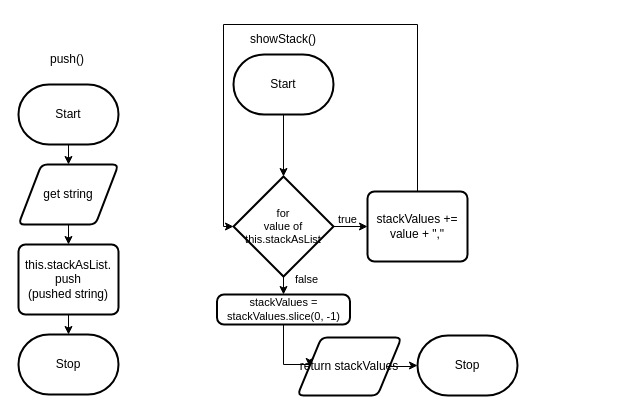
The draw.io diagram 2-1/design/flowchart.drawio in jakub-malhotra/ICS4U-Unit-2, before the edit. Source tidied: cells renumbered, new cells numbered last; positions are measured from the earlier drawing's top-left corner, leaving out a move shared by most shapes. Both pictures are drawn from the tidied source at 100%, with x=0, y=0 at pixel (18, 24).
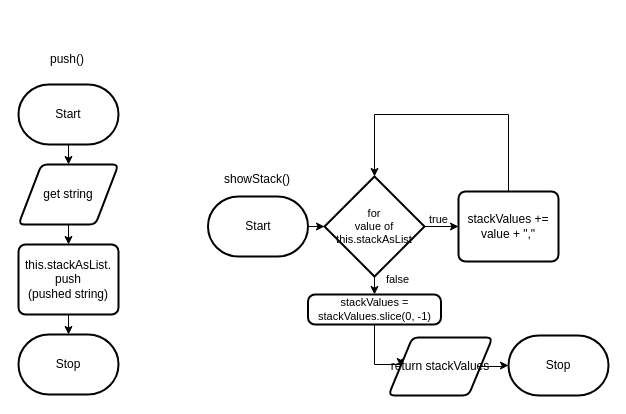
Above is the later version.

Change to the diagram source:
```diff
@@
     <mxCell id="10" value="showStack()" style="text;strokeColor=none;align=center;fillColor=none;html=1;verticalAlign=middle;whiteSpace=wrap;rounded=0;" parent="1" vertex="1">
-      <mxGeometry x="235" width="60" height="30" as="geometry" />
+      <mxGeometry x="209" y="140" width="60" height="30" as="geometry" />
     </mxCell>
-    <mxCell id="11" style="edgeStyle=none;shape=connector;rounded=1;html=1;exitX=0.5;exitY=1;exitDx=0;exitDy=0;exitPerimeter=0;labelBackgroundColor=default;strokeColor=default;fontFamily=Helvetica;fontSize=11;fontColor=default;endArrow=classic;" parent="1" edge="1" source="12" target="20">
+    <mxCell id="11" style="edgeStyle=orthogonalEdgeStyle;shape=connector;rounded=0;html=1;exitX=1;exitY=0.5;exitDx=0;exitDy=0;exitPerimeter=0;entryX=0;entryY=0.5;entryDx=0;entryDy=0;entryPerimeter=0;labelBackgroundColor=default;strokeColor=default;fontFamily=Helvetica;fontSize=11;fontColor=default;endArrow=classic;" parent="1" edge="1" source="12" target="20">
       <mxGeometry relative="1" as="geometry" />
     </mxCell>
     <mxCell id="12" value="Start" style="strokeWidth=2;html=1;shape=mxgraph.flowchart.terminator;whiteSpace=wrap;" parent="1" vertex="1">
-      <mxGeometry x="215" y="30" width="100" height="60" as="geometry" />
+      <mxGeometry x="189.5" y="172" width="100" height="60" as="geometry" />
     </mxCell>
-    <mxCell id="13" style="edgeStyle=orthogonalEdgeStyle;shape=connector;rounded=0;html=1;exitX=0.5;exitY=0;exitDx=0;exitDy=0;entryX=0;entryY=0.5;entryDx=0;entryDy=0;entryPerimeter=0;labelBackgroundColor=default;strokeColor=default;fontFamily=Helvetica;fontSize=11;fontColor=default;endArrow=classic;" parent="1" edge="1" source="14" target="20">
+    <mxCell id="13" style="edgeStyle=orthogonalEdgeStyle;shape=connector;rounded=0;html=1;exitX=0.5;exitY=0;exitDx=0;exitDy=0;entryX=0.5;entryY=0;entryDx=0;entryDy=0;entryPerimeter=0;labelBackgroundColor=default;strokeColor=default;fontFamily=Helvetica;fontSize=11;fontColor=default;endArrow=classic;" parent="1" edge="1" source="14" target="20">
       <mxGeometry relative="1" as="geometry">
         <Array as="points">
-          <mxPoint x="399" />
-          <mxPoint x="205" />
-          <mxPoint x="205" y="202" />
+          <mxPoint x="490" y="90" />
+          <mxPoint x="356" y="90" />
         </Array>
       </mxGeometry>
     </mxCell>
     <mxCell id="14" value="stackValues += value + &quot;,&quot;" style="rounded=1;whiteSpace=wrap;html=1;absoluteArcSize=1;arcSize=14;strokeWidth=2;" parent="1" vertex="1">
-      <mxGeometry x="349" y="167" width="100" height="70" as="geometry" />
+      <mxGeometry x="440" y="167" width="100" height="70" as="geometry" />
     </mxCell>
@@
     <mxCell id="16" value="return stackValues" style="shape=parallelogram;html=1;strokeWidth=2;perimeter=parallelogramPerimeter;whiteSpace=wrap;rounded=1;arcSize=12;size=0.23;" parent="1" vertex="1">
-      <mxGeometry x="279" y="313" width="104" height="58" as="geometry" />
+      <mxGeometry x="370" y="313" width="104" height="58" as="geometry" />
     </mxCell>
     <mxCell id="17" value="Stop" style="strokeWidth=2;html=1;shape=mxgraph.flowchart.terminator;whiteSpace=wrap;" parent="1" vertex="1">
-      <mxGeometry x="399" y="311" width="100" height="60" as="geometry" />
+      <mxGeometry x="490" y="311" width="100" height="60" as="geometry" />
     </mxCell>
@@
     <mxCell id="20" value="for&lt;br&gt;value of this.stackAsList" style="strokeWidth=2;html=1;shape=mxgraph.flowchart.decision;whiteSpace=wrap;fontFamily=Helvetica;fontSize=11;fontColor=default;" parent="1" vertex="1">
-      <mxGeometry x="215" y="152" width="100" height="100" as="geometry" />
+      <mxGeometry x="306" y="152" width="100" height="100" as="geometry" />
     </mxCell>
     <mxCell id="21" value="true" style="text;html=1;align=center;verticalAlign=middle;strokeColor=none;fillColor=none;fontSize=11;fontFamily=Helvetica;fontColor=default;" parent="1" vertex="1">
-      <mxGeometry x="309" y="180" width="40" height="30" as="geometry" />
+      <mxGeometry x="400" y="180" width="40" height="30" as="geometry" />
     </mxCell>
     <mxCell id="22" style="edgeStyle=orthogonalEdgeStyle;shape=connector;rounded=0;html=1;exitX=0.5;exitY=1;exitDx=0;exitDy=0;entryX=0;entryY=0.5;entryDx=0;entryDy=0;labelBackgroundColor=default;strokeColor=default;fontFamily=Helvetica;fontSize=11;fontColor=default;endArrow=classic;" parent="1" edge="1" source="23" target="16">
       <mxGeometry relative="1" as="geometry">
         <Array as="points">
-          <mxPoint x="265" y="340" />
-          <mxPoint x="291" y="340" />
+          <mxPoint x="356" y="340" />
+          <mxPoint x="382" y="340" />
         </Array>
       </mxGeometry>
     </mxCell>
     <mxCell id="23" value="stackValues = stackValues.slice(0, -1)" style="rounded=1;whiteSpace=wrap;html=1;absoluteArcSize=1;arcSize=14;strokeWidth=2;fontFamily=Helvetica;fontSize=11;fontColor=default;fillColor=none;gradientColor=none;" parent="1" vertex="1">
-      <mxGeometry x="198.5" y="270" width="133" height="30" as="geometry" />
+      <mxGeometry x="289.5" y="270" width="133" height="30" as="geometry" />
     </mxCell>
     <mxCell id="24" value="false" style="text;html=1;align=center;verticalAlign=middle;strokeColor=none;fillColor=none;fontSize=11;fontFamily=Helvetica;fontColor=default;" parent="1" vertex="1">
-      <mxGeometry x="263" y="240" width="50" height="30" as="geometry" />
+      <mxGeometry x="354" y="240" width="50" height="30" as="geometry" />
     </mxCell>
```
